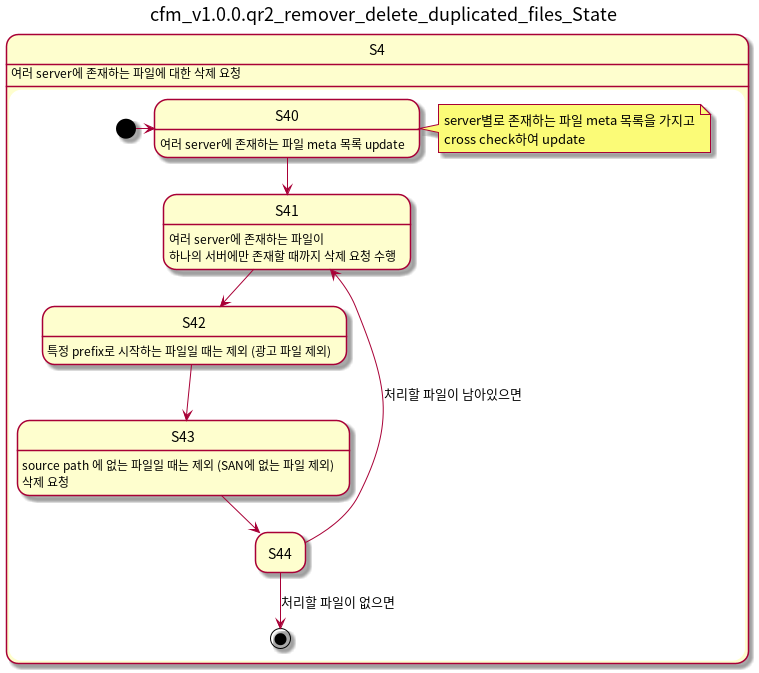
Earlier version of the PlantUML export doc/cfm_v1.0.0.qr2_remover_delete_duplicated_files_State.png (castisdev/cfm).
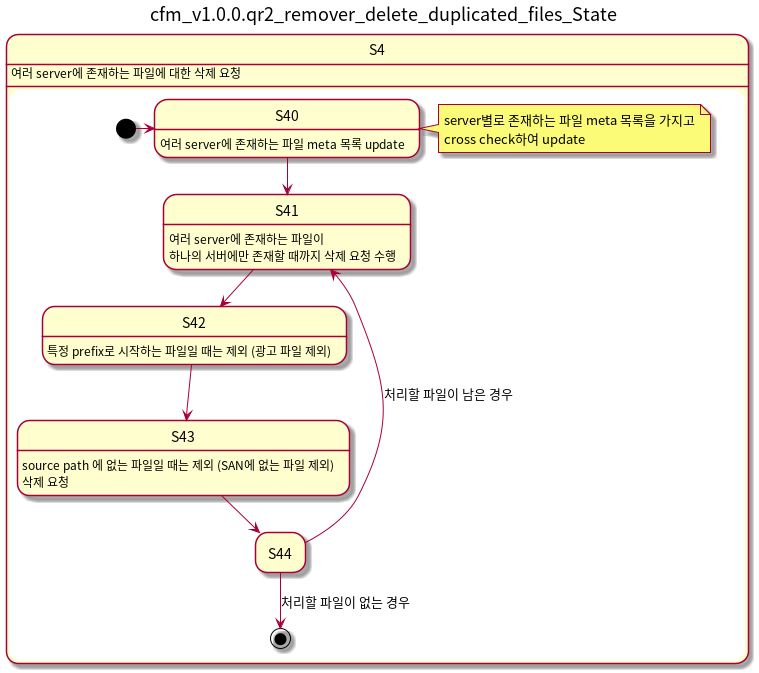
The same file after the commit.

Diff of the diagram source:
```diff
@@ -3,22 +3,23 @@
 hide empty description
 state S4 {
 S4 : 여러 server에 존재하는 파일에 대한 삭제 요청
-[*] -> S40
+
 S40 : 여러 server에 존재하는 파일 meta 목록 update
 note right
 	server별로 존재하는 파일 meta 목록을 가지고
 	cross check하여 update
 end note
+S41 : 여러 server에 존재하는 파일이\n하나의 서버에만 존재할 때까지 삭제 요청 수행
+S42 : 특정 prefix로 시작하는 파일일 때는 제외 (광고 파일 제외)
+S43 : source path 에 없는 파일일 때는 제외 (SAN에 없는 파일 제외)
+S43 : 삭제 요청
 
+[*] -> S40
 S40 --> S41
-S41 : 여러 server에 존재하는 파일이\n하나의 서버에만 존재할 때까지 삭제 요청 수행
 S41 --> S42
-S42 : 특정 prefix로 시작하는 파일일 때는 제외 (광고 파일 제외)
 S42 --> S43
-S43 : source path 에 없는 파일일 때는 제외 (SAN에 없는 파일 제외)
 S43 --> S44
-S43 : 삭제 요청
-S44 --> S41 : 처리할 파일이 남아있으면
-S44 --> [*] : 처리할 파일이 없으면
+S44 --> S41 : 처리할 파일이 남은 경우
+S44 --> [*] : 처리할 파일이 없는 경우
 }
 @enduml
```
